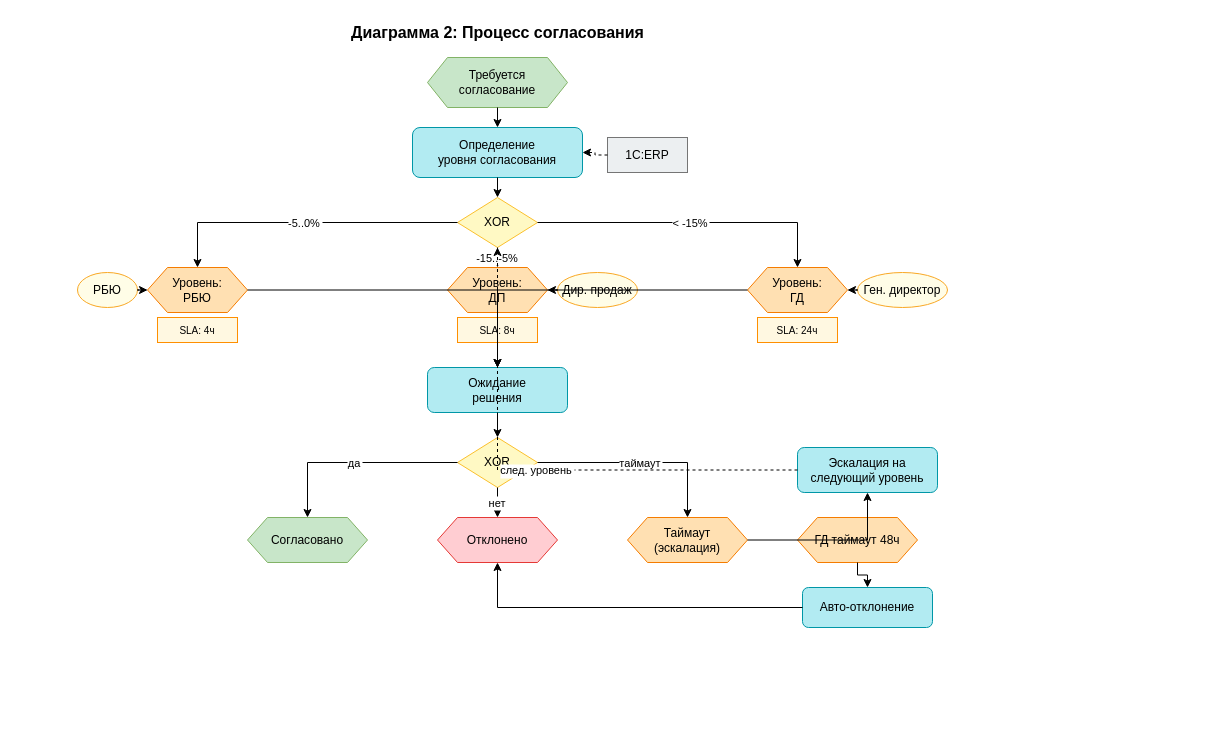
The draw.io diagram scripts/diagrams/epc_approval.drawio in shakhovskiya-create/fm-review-system, before the edit. Source tidied: cells renumbered, new cells numbered last; positions are measured from the earlier drawing's top-left corner, leaving out a move shared by most shapes. Both pictures are drawn from the tidied source at 100%, with x=0, y=0 at pixel (77, 17).
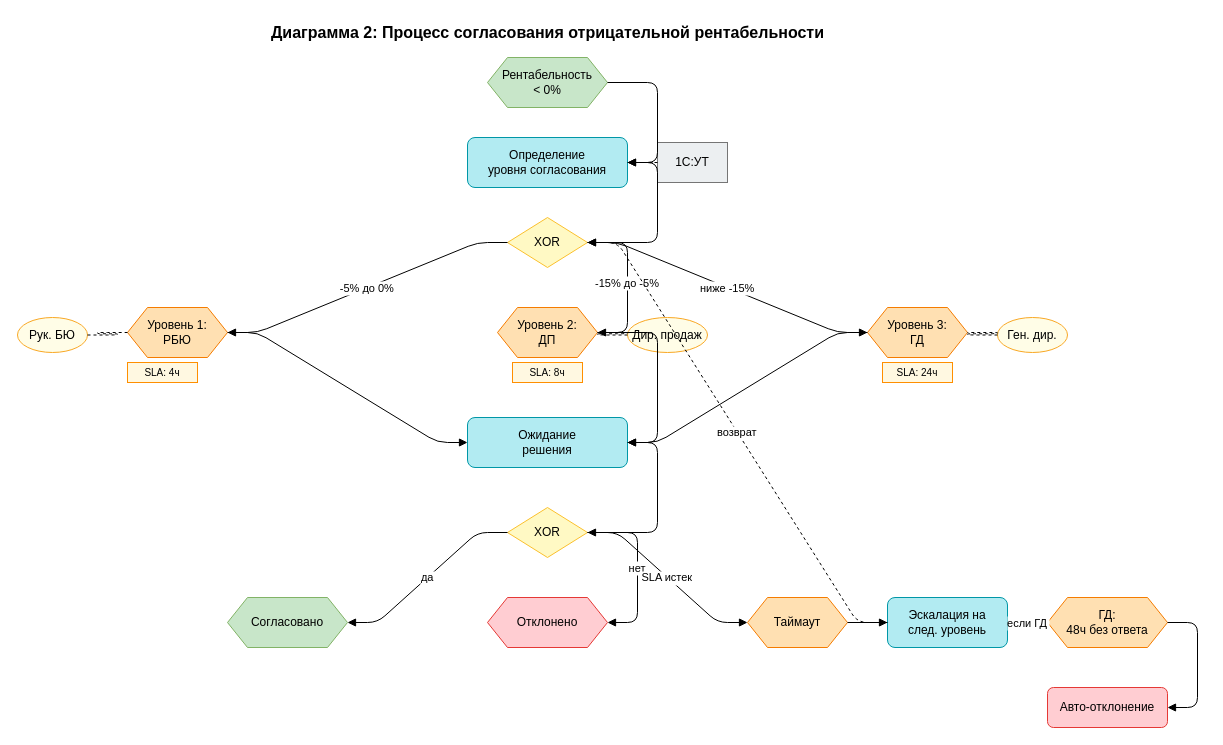
The same diagram, later.

Change to the diagram source:
```diff
@@
-    <mxCell id="2" value="Диаграмма 2: Процесс согласования" style="text;html=1;strokeColor=none;fillColor=none;align=center;verticalAlign=middle;fontSize=16;fontStyle=1;" parent="1" vertex="1">
-      <mxGeometry x="220" width="400" height="30" as="geometry" />
+    <mxCell id="2" value="Диаграмма 2: Процесс согласования отрицательной рентабельности" style="text;html=1;strokeColor=none;fillColor=none;align=center;verticalAlign=middle;fontSize=16;fontStyle=1;" parent="1" vertex="1">
+      <mxGeometry x="220" width="500" height="30" as="geometry" />
     </mxCell>
-    <mxCell id="3" value="Требуется&#10;согласование" style="shape=hexagon;perimeter=hexagonPerimeter2;whiteSpace=wrap;html=1;fixedSize=1;fillColor=#C8E6C9;strokeColor=#82B366;" parent="1" vertex="1">
-      <mxGeometry x="350" y="40" width="140" height="50" as="geometry" />
+    <mxCell id="3" value="Рентабельность&#10;&lt; 0%" style="shape=hexagon;perimeter=hexagonPerimeter2;whiteSpace=wrap;html=1;fixedSize=1;fillColor=#C8E6C9;strokeColor=#82B366;" parent="1" vertex="1">
+      <mxGeometry x="410" y="40" width="120" height="50" as="geometry" />
     </mxCell>
     <mxCell id="4" value="Определение&#10;уровня согласования" style="rounded=1;whiteSpace=wrap;html=1;fillColor=#B2EBF2;strokeColor=#0097A7;" parent="1" vertex="1">
-      <mxGeometry x="335" y="110" width="170" height="50" as="geometry" />
+      <mxGeometry x="390" y="120" width="160" height="50" as="geometry" />
     </mxCell>
-    <mxCell id="5" value="1С:ERP" style="rounded=0;whiteSpace=wrap;html=1;fillColor=#ECEFF1;strokeColor=#757575;" parent="1" vertex="1">
-      <mxGeometry x="530" y="120" width="80" height="35" as="geometry" />
+    <mxCell id="5" value="1С:УТ" style="rounded=0;whiteSpace=wrap;html=1;fillColor=#ECEFF1;strokeColor=#757575;" parent="1" vertex="1">
+      <mxGeometry x="580" y="125" width="70" height="40" as="geometry" />
     </mxCell>
     <mxCell id="6" value="XOR" style="rhombus;whiteSpace=wrap;html=1;fillColor=#FFF9C4;strokeColor=#FBC02D;" parent="1" vertex="1">
-      <mxGeometry x="380" y="180" width="80" height="50" as="geometry" />
+      <mxGeometry x="430" y="200" width="80" height="50" as="geometry" />
     </mxCell>
-    <mxCell id="7" value="Уровень:&#10;РБЮ" style="shape=hexagon;perimeter=hexagonPerimeter2;whiteSpace=wrap;html=1;fixedSize=1;fillColor=#FFE0B2;strokeColor=#F57C00;" parent="1" vertex="1">
-      <mxGeometry x="70" y="250" width="100" height="45" as="geometry" />
+    <mxCell id="7" value="Уровень 1:&#10;РБЮ" style="shape=hexagon;perimeter=hexagonPerimeter2;whiteSpace=wrap;html=1;fixedSize=1;fillColor=#FFE0B2;strokeColor=#F57C00;" parent="1" vertex="1">
+      <mxGeometry x="50" y="290" width="100" height="50" as="geometry" />
     </mxCell>
+    <mxCell id="10" value="Рук. БЮ" style="ellipse;whiteSpace=wrap;html=1;fillColor=#FFFDE7;strokeColor=#F9A825;" parent="1" vertex="1">
+      <mxGeometry x="-60" y="300" width="70" height="35" as="geometry" />
+    </mxCell>
+    <mxCell id="13" value="SLA: 4ч" style="rounded=0;whiteSpace=wrap;html=1;fillColor=#FFF8E1;strokeColor=#FF8F00;fontSize=10;" parent="1" vertex="1">
+      <mxGeometry x="50" y="345" width="70" height="20" as="geometry" />
+    </mxCell>
-    <mxCell id="8" value="Уровень:&#10;ДП" style="shape=hexagon;perimeter=hexagonPerimeter2;whiteSpace=wrap;html=1;fixedSize=1;fillColor=#FFE0B2;strokeColor=#F57C00;" parent="1" vertex="1">
-      <mxGeometry x="370" y="250" width="100" height="45" as="geometry" />
+    <mxCell id="8" value="Уровень 2:&#10;ДП" style="shape=hexagon;perimeter=hexagonPerimeter2;whiteSpace=wrap;html=1;fixedSize=1;fillColor=#FFE0B2;strokeColor=#F57C00;" parent="1" vertex="1">
+      <mxGeometry x="420" y="290" width="100" height="50" as="geometry" />
     </mxCell>
+    <mxCell id="11" value="Дир. продаж" style="ellipse;whiteSpace=wrap;html=1;fillColor=#FFFDE7;strokeColor=#F9A825;" parent="1" vertex="1">
+      <mxGeometry x="550" y="300" width="80" height="35" as="geometry" />
+    </mxCell>
+    <mxCell id="14" value="SLA: 8ч" style="rounded=0;whiteSpace=wrap;html=1;fillColor=#FFF8E1;strokeColor=#FF8F00;fontSize=10;" parent="1" vertex="1">
+      <mxGeometry x="435" y="345" width="70" height="20" as="geometry" />
+    </mxCell>
-    <mxCell id="9" value="Уровень:&#10;ГД" style="shape=hexagon;perimeter=hexagonPerimeter2;whiteSpace=wrap;html=1;fixedSize=1;fillColor=#FFE0B2;strokeColor=#F57C00;" parent="1" vertex="1">
-      <mxGeometry x="670" y="250" width="100" height="45" as="geometry" />
+    <mxCell id="9" value="Уровень 3:&#10;ГД" style="shape=hexagon;perimeter=hexagonPerimeter2;whiteSpace=wrap;html=1;fixedSize=1;fillColor=#FFE0B2;strokeColor=#F57C00;" parent="1" vertex="1">
+      <mxGeometry x="790" y="290" width="100" height="50" as="geometry" />
     </mxCell>
-    <mxCell id="10" value="РБЮ" style="ellipse;whiteSpace=wrap;html=1;fillColor=#FFFDE7;strokeColor=#F9A825;" parent="1" vertex="1">
-      <mxGeometry y="255" width="60" height="35" as="geometry" />
-    </mxCell>
-    <mxCell id="11" value="Дир. продаж" style="ellipse;whiteSpace=wrap;html=1;fillColor=#FFFDE7;strokeColor=#F9A825;" parent="1" vertex="1">
-      <mxGeometry x="480" y="255" width="80" height="35" as="geometry" />
-    </mxCell>
-    <mxCell id="12" value="Ген. директор" style="ellipse;whiteSpace=wrap;html=1;fillColor=#FFFDE7;strokeColor=#F9A825;" parent="1" vertex="1">
-      <mxGeometry x="780" y="255" width="90" height="35" as="geometry" />
+    <mxCell id="12" value="Ген. дир." style="ellipse;whiteSpace=wrap;html=1;fillColor=#FFFDE7;strokeColor=#F9A825;" parent="1" vertex="1">
+      <mxGeometry x="920" y="300" width="70" height="35" as="geometry" />
     </mxCell>
-    <mxCell id="13" value="SLA: 4ч" style="rounded=0;whiteSpace=wrap;html=1;fillColor=#FFF8E1;strokeColor=#FF8F00;fontSize=10;" parent="1" vertex="1">
-      <mxGeometry x="80" y="300" width="80" height="25" as="geometry" />
-    </mxCell>
-    <mxCell id="14" value="SLA: 8ч" style="rounded=0;whiteSpace=wrap;html=1;fillColor=#FFF8E1;strokeColor=#FF8F00;fontSize=10;" parent="1" vertex="1">
-      <mxGeometry x="380" y="300" width="80" height="25" as="geometry" />
-    </mxCell>
     <mxCell id="15" value="SLA: 24ч" style="rounded=0;whiteSpace=wrap;html=1;fillColor=#FFF8E1;strokeColor=#FF8F00;fontSize=10;" parent="1" vertex="1">
-      <mxGeometry x="680" y="300" width="80" height="25" as="geometry" />
+      <mxGeometry x="805" y="345" width="70" height="20" as="geometry" />
     </mxCell>
     <mxCell id="16" value="Ожидание&#10;решения" style="rounded=1;whiteSpace=wrap;html=1;fillColor=#B2EBF2;strokeColor=#0097A7;" parent="1" vertex="1">
-      <mxGeometry x="350" y="350" width="140" height="45" as="geometry" />
+      <mxGeometry x="390" y="400" width="160" height="50" as="geometry" />
     </mxCell>
     <mxCell id="17" value="XOR" style="rhombus;whiteSpace=wrap;html=1;fillColor=#FFF9C4;strokeColor=#FBC02D;" parent="1" vertex="1">
-      <mxGeometry x="380" y="420" width="80" height="50" as="geometry" />
+      <mxGeometry x="430" y="490" width="80" height="50" as="geometry" />
     </mxCell>
     <mxCell id="18" value="Согласовано" style="shape=hexagon;perimeter=hexagonPerimeter2;whiteSpace=wrap;html=1;fixedSize=1;fillColor=#C8E6C9;strokeColor=#82B366;" parent="1" vertex="1">
-      <mxGeometry x="170" y="500" width="120" height="45" as="geometry" />
+      <mxGeometry x="150" y="580" width="120" height="50" as="geometry" />
     </mxCell>
     <mxCell id="19" value="Отклонено" style="shape=hexagon;perimeter=hexagonPerimeter2;whiteSpace=wrap;html=1;fixedSize=1;fillColor=#FFCDD2;strokeColor=#E53935;" parent="1" vertex="1">
-      <mxGeometry x="360" y="500" width="120" height="45" as="geometry" />
+      <mxGeometry x="410" y="580" width="120" height="50" as="geometry" />
     </mxCell>
-    <mxCell id="20" value="Таймаут&#10;(эскалация)" style="shape=hexagon;perimeter=hexagonPerimeter2;whiteSpace=wrap;html=1;fixedSize=1;fillColor=#FFE0B2;strokeColor=#F57C00;" parent="1" vertex="1">
-      <mxGeometry x="550" y="500" width="120" height="45" as="geometry" />
+    <mxCell id="20" value="Таймаут" style="shape=hexagon;perimeter=hexagonPerimeter2;whiteSpace=wrap;html=1;fixedSize=1;fillColor=#FFE0B2;strokeColor=#F57C00;" parent="1" vertex="1">
+      <mxGeometry x="670" y="580" width="100" height="50" as="geometry" />
     </mxCell>
-    <mxCell id="21" value="Эскалация на&#10;следующий уровень" style="rounded=1;whiteSpace=wrap;html=1;fillColor=#B2EBF2;strokeColor=#0097A7;" parent="1" vertex="1">
-      <mxGeometry x="720" y="430" width="140" height="45" as="geometry" />
+    <mxCell id="21" value="Эскалация на&#10;след. уровень" style="rounded=1;whiteSpace=wrap;html=1;fillColor=#B2EBF2;strokeColor=#0097A7;" parent="1" vertex="1">
+      <mxGeometry x="810" y="580" width="120" height="50" as="geometry" />
     </mxCell>
-    <mxCell id="22" value="ГД таймаут 48ч" style="shape=hexagon;perimeter=hexagonPerimeter2;whiteSpace=wrap;html=1;fixedSize=1;fillColor=#FFE0B2;strokeColor=#F57C00;" parent="1" vertex="1">
-      <mxGeometry x="720" y="500" width="120" height="45" as="geometry" />
+    <mxCell id="22" value="ГД:&#10;48ч без ответа" style="shape=hexagon;perimeter=hexagonPerimeter2;whiteSpace=wrap;html=1;fixedSize=1;fillColor=#FFE0B2;strokeColor=#F57C00;" parent="1" vertex="1">
+      <mxGeometry x="970" y="580" width="120" height="50" as="geometry" />
     </mxCell>
-    <mxCell id="23" value="Авто-отклонение" style="rounded=1;whiteSpace=wrap;html=1;fillColor=#B2EBF2;strokeColor=#0097A7;" parent="1" vertex="1">
-      <mxGeometry x="725" y="570" width="130" height="40" as="geometry" />
+    <mxCell id="23" value="Авто-отклонение" style="rounded=1;whiteSpace=wrap;html=1;fillColor=#FFCDD2;strokeColor=#E53935;" parent="1" vertex="1">
+      <mxGeometry x="970" y="670" width="120" height="40" as="geometry" />
     </mxCell>
-    <mxCell id="24" style="edgeStyle=orthogonalEdgeStyle;rounded=0;" parent="1" edge="1" source="3" target="4">
+    <mxCell id="24" style="edgeStyle=entityRelationEdgeStyle;rounded=1;endArrow=block;endFill=1;" parent="1" edge="1" source="3" target="4">
       <mxGeometry relative="1" as="geometry" />
     </mxCell>
-    <mxCell id="25" style="edgeStyle=orthogonalEdgeStyle;rounded=0;dashed=1;" parent="1" edge="1" source="5" target="4">
+    <mxCell id="25" style="edgeStyle=entityRelationEdgeStyle;rounded=1;dashed=1;endArrow=block;endFill=1;" parent="1" edge="1" source="5" target="4">
       <mxGeometry relative="1" as="geometry" />
     </mxCell>
-    <mxCell id="26" style="edgeStyle=orthogonalEdgeStyle;rounded=0;" parent="1" edge="1" source="4" target="6">
+    <mxCell id="26" style="edgeStyle=entityRelationEdgeStyle;rounded=1;endArrow=block;endFill=1;" parent="1" edge="1" source="4" target="6">
       <mxGeometry relative="1" as="geometry" />
     </mxCell>
-    <mxCell id="27" value="-5..0%" style="edgeStyle=orthogonalEdgeStyle;rounded=0;" parent="1" edge="1" source="6" target="7">
+    <mxCell id="27" value="-5% до 0%" style="edgeStyle=entityRelationEdgeStyle;rounded=1;endArrow=block;endFill=1;" parent="1" edge="1" source="6" target="7">
       <mxGeometry relative="1" as="geometry" />
     </mxCell>
-    <mxCell id="28" value="-15..-5%" style="edgeStyle=orthogonalEdgeStyle;rounded=0;" parent="1" edge="1" source="6" target="8">
+    <mxCell id="28" value="-15% до -5%" style="edgeStyle=entityRelationEdgeStyle;rounded=1;endArrow=block;endFill=1;" parent="1" edge="1" source="6" target="8">
       <mxGeometry relative="1" as="geometry" />
     </mxCell>
-    <mxCell id="29" value="&lt; -15%" style="edgeStyle=orthogonalEdgeStyle;rounded=0;" parent="1" edge="1" source="6" target="9">
+    <mxCell id="29" value="ниже -15%" style="edgeStyle=entityRelationEdgeStyle;rounded=1;endArrow=block;endFill=1;" parent="1" edge="1" source="6" target="9">
       <mxGeometry relative="1" as="geometry" />
     </mxCell>
-    <mxCell id="30" style="edgeStyle=orthogonalEdgeStyle;rounded=0;dashed=1;" parent="1" edge="1" source="10" target="7">
+    <mxCell id="30" style="edgeStyle=entityRelationEdgeStyle;rounded=1;dashed=1;endArrow=none;" parent="1" edge="1" source="10" target="7">
       <mxGeometry relative="1" as="geometry" />
     </mxCell>
-    <mxCell id="31" style="edgeStyle=orthogonalEdgeStyle;rounded=0;dashed=1;" parent="1" edge="1" source="11" target="8">
+    <mxCell id="31" style="edgeStyle=entityRelationEdgeStyle;rounded=1;dashed=1;endArrow=none;" parent="1" edge="1" source="11" target="8">
       <mxGeometry relative="1" as="geometry" />
     </mxCell>
-    <mxCell id="32" style="edgeStyle=orthogonalEdgeStyle;rounded=0;dashed=1;" parent="1" edge="1" source="12" target="9">
+    <mxCell id="32" style="edgeStyle=entityRelationEdgeStyle;rounded=1;dashed=1;endArrow=none;" parent="1" edge="1" source="12" target="9">
       <mxGeometry relative="1" as="geometry" />
     </mxCell>
-    <mxCell id="33" style="edgeStyle=orthogonalEdgeStyle;rounded=0;" parent="1" edge="1" source="7" target="16">
+    <mxCell id="33" style="edgeStyle=entityRelationEdgeStyle;rounded=1;endArrow=block;endFill=1;" parent="1" edge="1" source="7" target="16">
       <mxGeometry relative="1" as="geometry" />
     </mxCell>
-    <mxCell id="34" style="edgeStyle=orthogonalEdgeStyle;rounded=0;" parent="1" edge="1" source="8" target="16">
+    <mxCell id="34" style="edgeStyle=entityRelationEdgeStyle;rounded=1;endArrow=block;endFill=1;" parent="1" edge="1" source="8" target="16">
       <mxGeometry relative="1" as="geometry" />
     </mxCell>
-    <mxCell id="35" style="edgeStyle=orthogonalEdgeStyle;rounded=0;" parent="1" edge="1" source="9" target="16">
+    <mxCell id="35" style="edgeStyle=entityRelationEdgeStyle;rounded=1;endArrow=block;endFill=1;" parent="1" edge="1" source="9" target="16">
       <mxGeometry relative="1" as="geometry" />
     </mxCell>
-    <mxCell id="36" style="edgeStyle=orthogonalEdgeStyle;rounded=0;" parent="1" edge="1" source="16" target="17">
+    <mxCell id="36" style="edgeStyle=entityRelationEdgeStyle;rounded=1;endArrow=block;endFill=1;" parent="1" edge="1" source="16" target="17">
       <mxGeometry relative="1" as="geometry" />
     </mxCell>
-    <mxCell id="37" value="да" style="edgeStyle=orthogonalEdgeStyle;rounded=0;" parent="1" edge="1" source="17" target="18">
+    <mxCell id="37" value="да" style="edgeStyle=entityRelationEdgeStyle;rounded=1;endArrow=block;endFill=1;" parent="1" edge="1" source="17" target="18">
       <mxGeometry relative="1" as="geometry" />
     </mxCell>
-    <mxCell id="38" value="нет" style="edgeStyle=orthogonalEdgeStyle;rounded=0;" parent="1" edge="1" source="17" target="19">
+    <mxCell id="38" value="нет" style="edgeStyle=entityRelationEdgeStyle;rounded=1;endArrow=block;endFill=1;" parent="1" edge="1" source="17" target="19">
       <mxGeometry relative="1" as="geometry" />
     </mxCell>
-    <mxCell id="39" value="таймаут" style="edgeStyle=orthogonalEdgeStyle;rounded=0;" parent="1" edge="1" source="17" target="20">
+    <mxCell id="39" value="SLA истек" style="edgeStyle=entityRelationEdgeStyle;rounded=1;endArrow=block;endFill=1;" parent="1" edge="1" source="17" target="20">
       <mxGeometry relative="1" as="geometry" />
     </mxCell>
-    <mxCell id="40" style="edgeStyle=orthogonalEdgeStyle;rounded=0;" parent="1" edge="1" source="20" target="21">
+    <mxCell id="40" style="edgeStyle=entityRelationEdgeStyle;rounded=1;endArrow=block;endFill=1;" parent="1" edge="1" source="20" target="21">
       <mxGeometry relative="1" as="geometry" />
     </mxCell>
-    <mxCell id="41" value="след. уровень" style="edgeStyle=orthogonalEdgeStyle;rounded=0;dashed=1;" parent="1" edge="1" source="21" target="6">
-      <mxGeometry relative="1" as="geometry" />
+    <mxCell id="41" value="возврат" style="edgeStyle=entityRelationEdgeStyle;rounded=1;dashed=1;endArrow=block;endFill=1;" parent="1" edge="1" source="21" target="6">
+      <mxGeometry relative="1" as="geometry">
+        <Array as="points">
+          <mxPoint x="1020" y="360" />
+          <mxPoint x="1020" y="225" />
+        </Array>
+      </mxGeometry>
     </mxCell>
+    <mxCell id="44" value="если ГД" style="edgeStyle=entityRelationEdgeStyle;rounded=1;endArrow=block;endFill=1;" parent="1" edge="1" source="21" target="22">
+      <mxGeometry relative="1" as="geometry" />
+    </mxCell>
-    <mxCell id="42" style="edgeStyle=orthogonalEdgeStyle;rounded=0;" parent="1" edge="1" source="22" target="23">
+    <mxCell id="42" style="edgeStyle=entityRelationEdgeStyle;rounded=1;endArrow=block;endFill=1;" parent="1" edge="1" source="22" target="23">
       <mxGeometry relative="1" as="geometry" />
     </mxCell>
-    <mxCell id="43" style="edgeStyle=orthogonalEdgeStyle;rounded=0;" parent="1" edge="1" source="23" target="19">
-      <mxGeometry relative="1" as="geometry" />
-    </mxCell>
```
